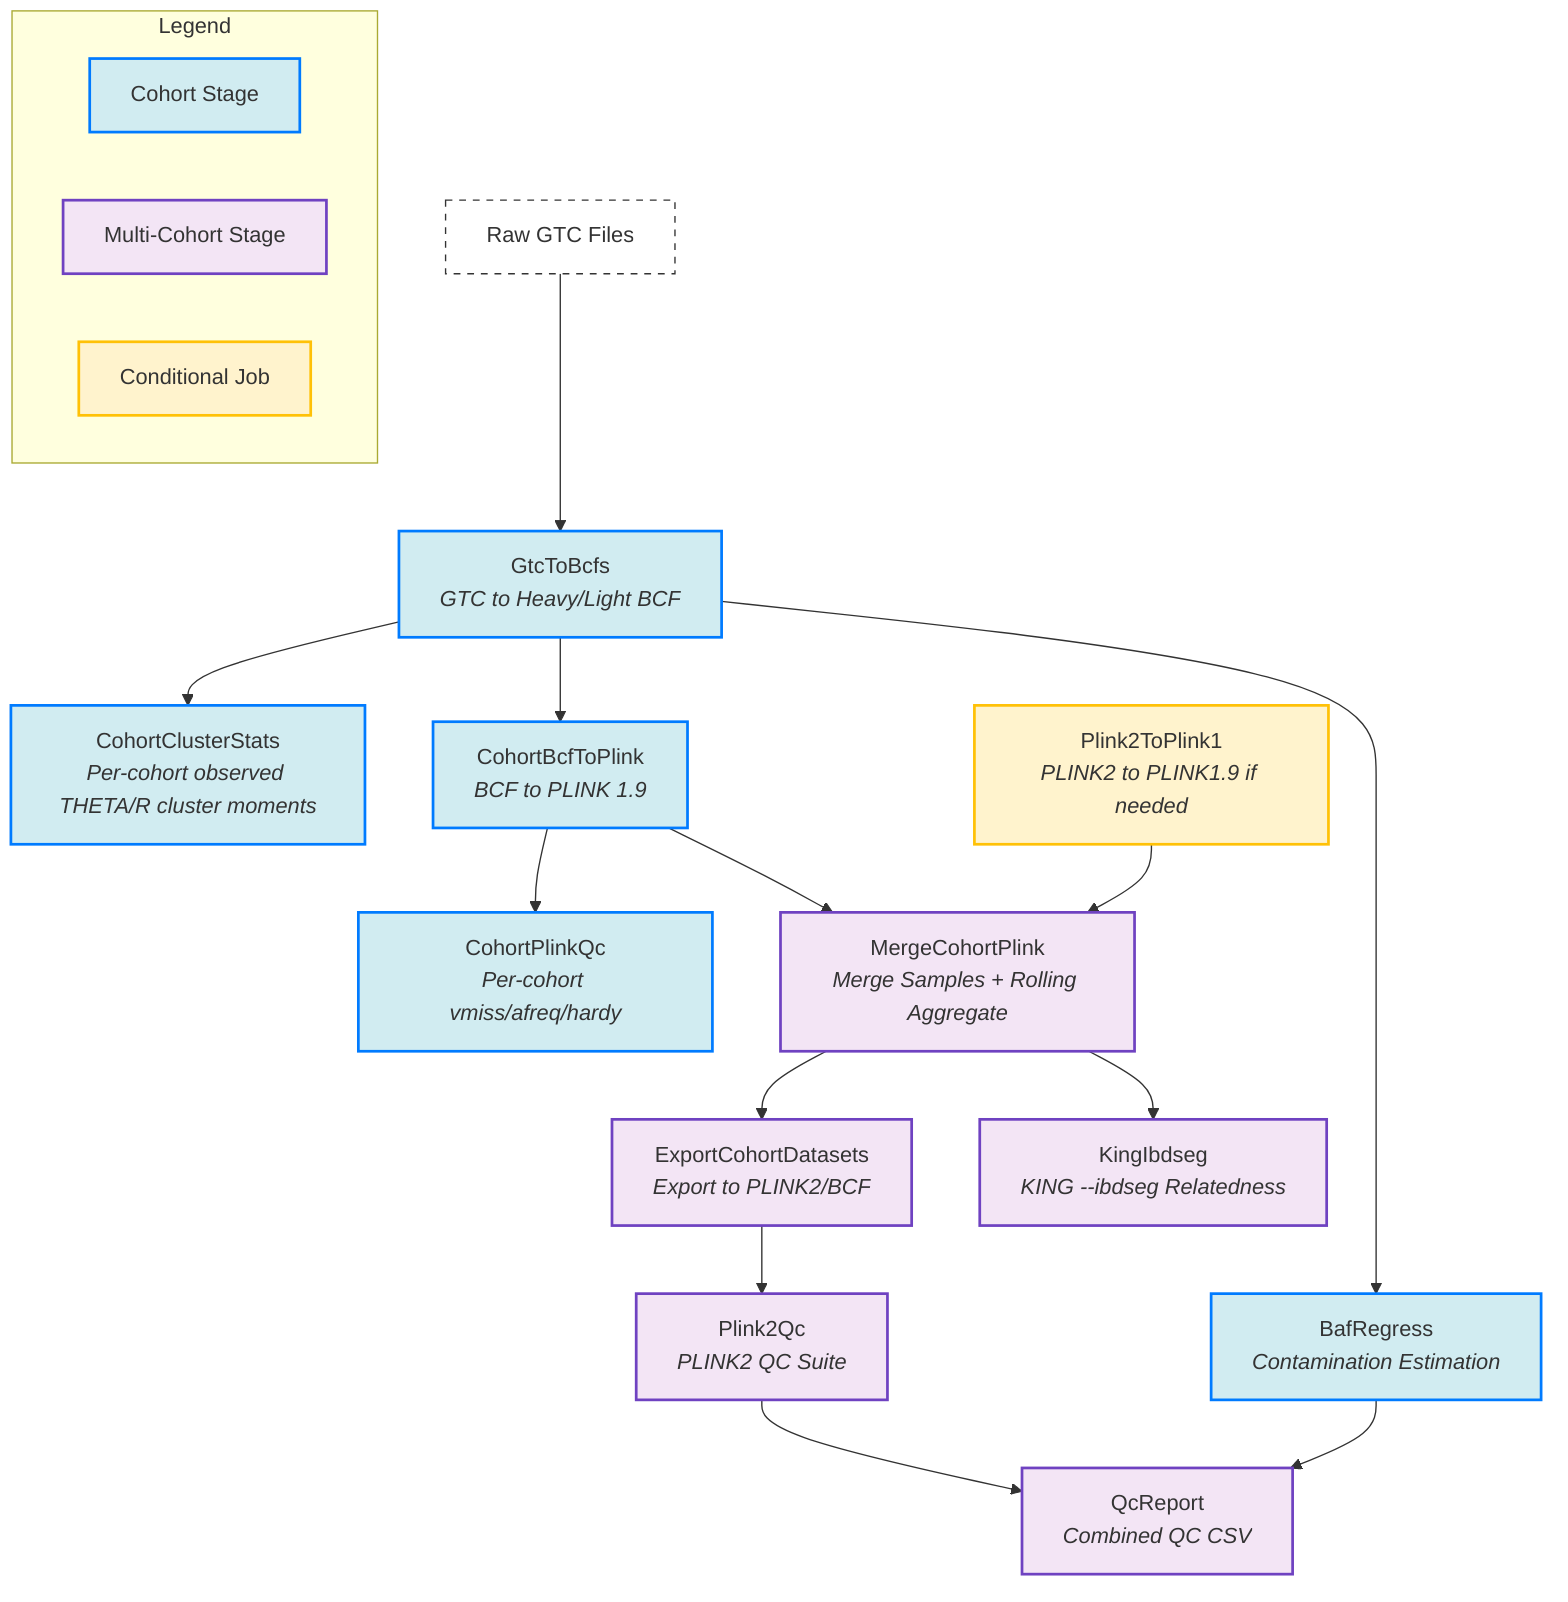
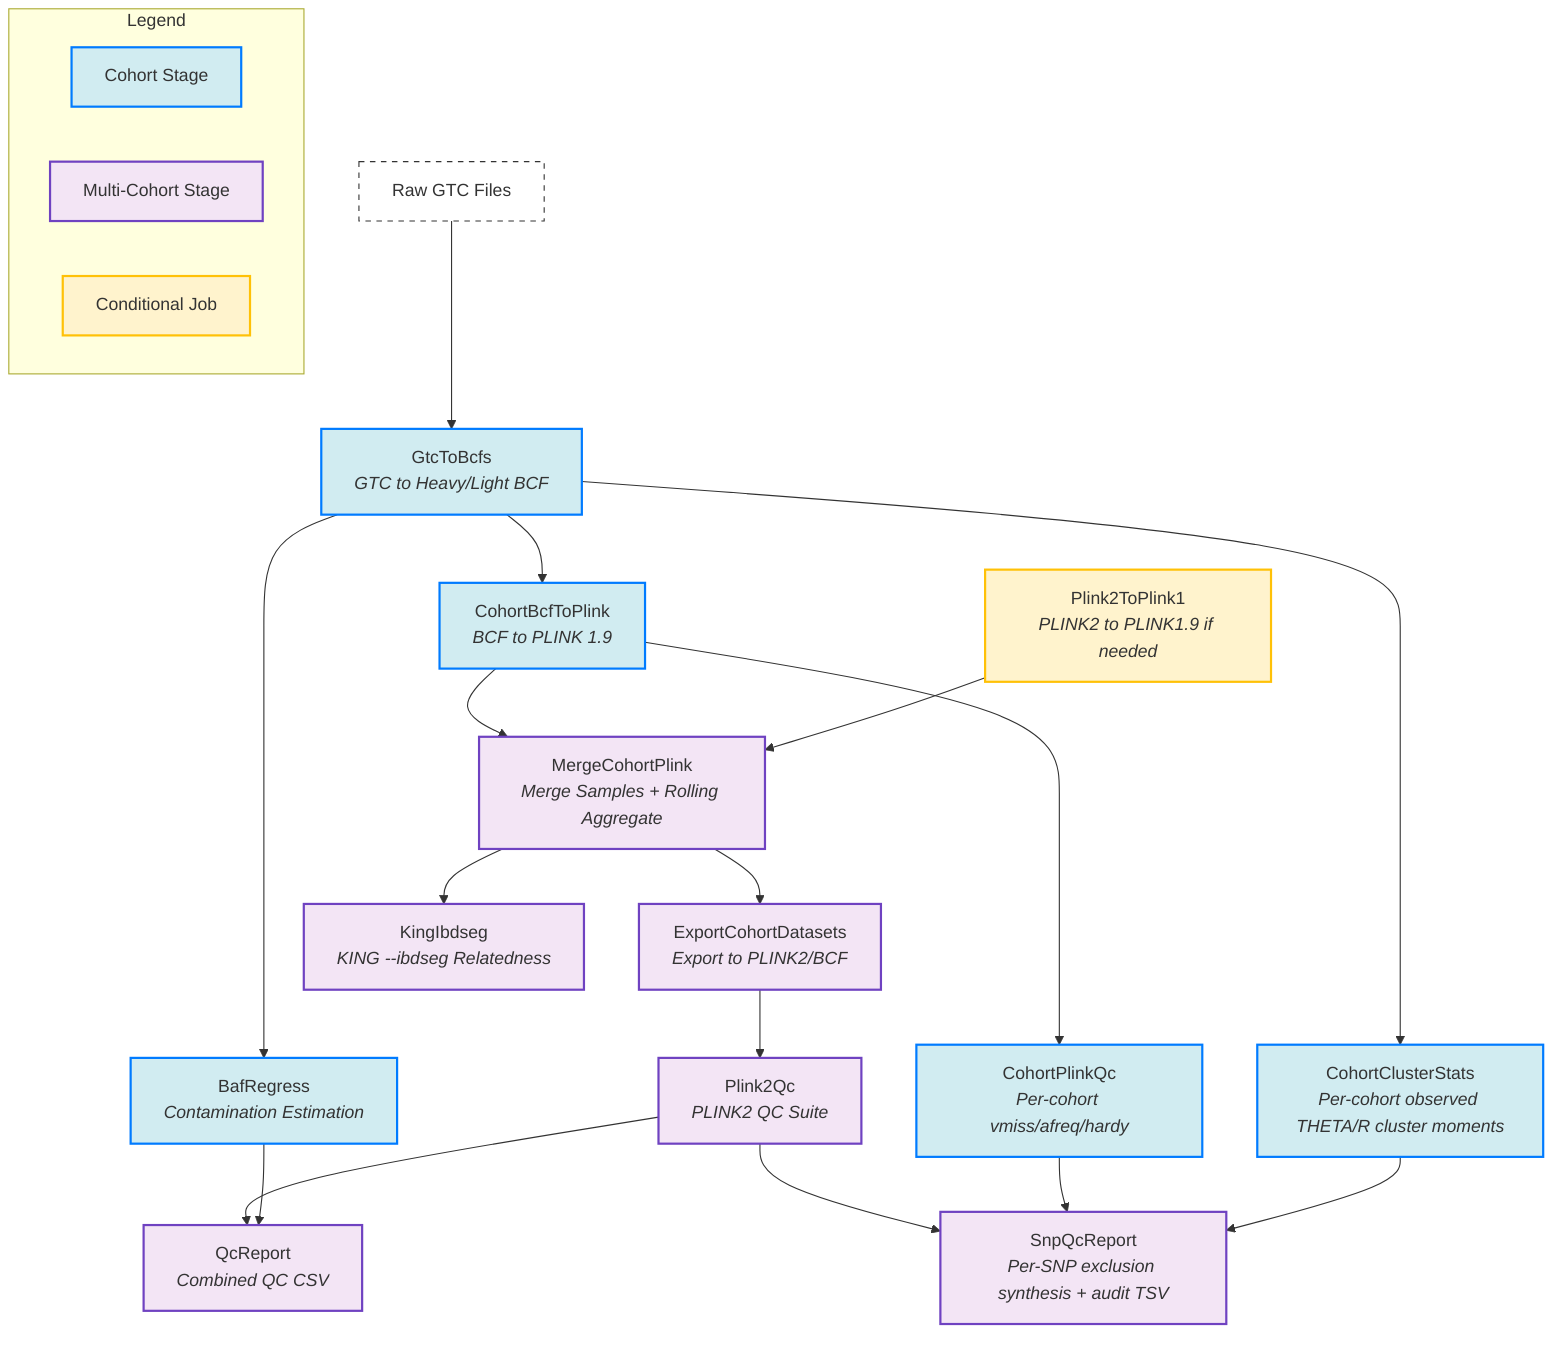
graph TD
    subgraph Legend
        direction LR
        L1[Cohort Stage]:::cohort
        L2[Multi-Cohort Stage]:::multicohort
        L3[Conditional Job]:::conditional
    end

    %% DAG Structure
    GTC[Raw GTC Files]:::data --> GtoB[GtcToBcfs<br/><i>GTC to Heavy/Light BCF</i>]:::cohort
    GtoB --> BAF[BafRegress<br/><i>Contamination Estimation</i>]:::cohort
    GtoB --> CCS[CohortClusterStats<br/><i>Per-cohort observed THETA/R cluster moments</i>]:::cohort
    GtoB --> BtoP[CohortBcfToPlink<br/><i>BCF to PLINK 1.9</i>]:::cohort
    BtoP --> CPQ[CohortPlinkQc<br/><i>Per-cohort vmiss/afreq/hardy</i>]:::cohort
    BtoP --> MCP[MergeCohortPlink<br/><i>Merge Samples + Rolling Aggregate</i>]:::multicohort
    P2P1[Plink2ToPlink1<br/><i>PLINK2 to PLINK1.9 if needed</i>]:::conditional --> MCP
    MCP --> ECD[ExportCohortDatasets<br/><i>Export to PLINK2/BCF</i>]:::multicohort
    MCP --> KING[KingIbdseg<br/><i>KING --ibdseg Relatedness</i>]:::multicohort
    ECD --> QC[Plink2Qc<br/><i>PLINK2 QC Suite</i>]:::multicohort
+     QC --> SQR[SnpQcReport<br/><i>Per-SNP exclusion synthesis + audit TSV</i>]:::multicohort
+     CPQ --> SQR
+     CCS --> SQR
    QC --> QR[QcReport<br/><i>Combined QC CSV</i>]:::multicohort
    BAF --> QR

    %% Component styling
    classDef cohort fill:#d1ecf1,stroke:#007bff,stroke-width:2px;
    classDef multicohort fill:#f3e5f5,stroke:#6f42c1,stroke-width:2px;
    classDef conditional fill:#fff3cd,stroke:#ffc107,stroke-width:2px;
    classDef data fill:#fff,stroke:#333,stroke-dasharray: 5 5;

    %% Explicit classes
    class GtoB,BAF,CCS,BtoP,CPQ cohort;
-     class MCP,ECD,QC,KING,QR multicohort;
+     class MCP,ECD,QC,KING,SQR,QR multicohort;
    class P2P1 conditional;
